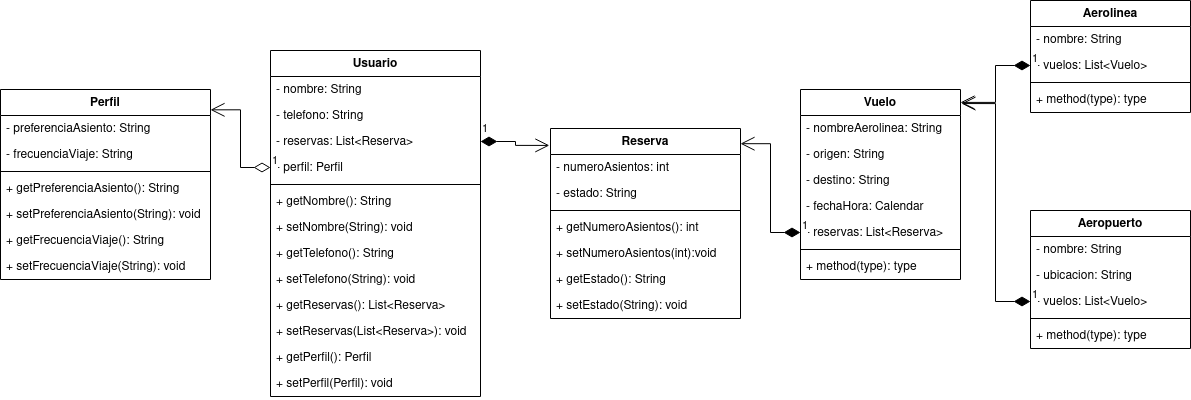
The draw.io diagram ejercicio2/diagram/ejercicio2-maxi.png in mackstm/examen-ets, before a commit. Source tidied: cells renumbered, new cells last; positions are measured from the earlier drawing's top-left corner, leaving out a move shared by most shapes.
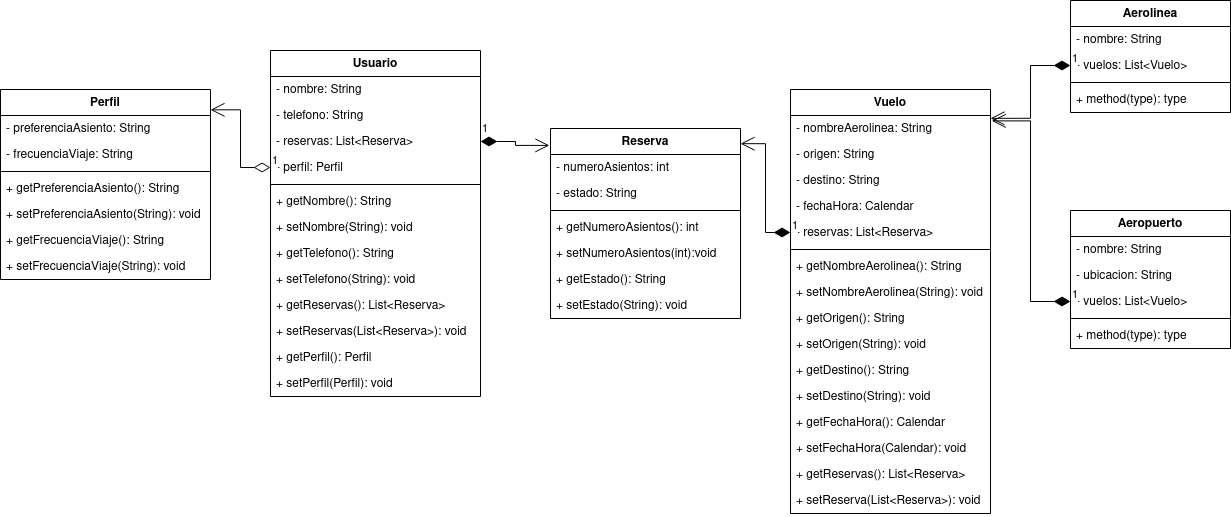
The same diagram one commit later.

Diff of the diagram source:
```diff
@@ -69,31 +69,58 @@
       <mxGeometry y="164" width="190" height="26" as="geometry" />
     </mxCell>
     <mxCell id="24" value="Vuelo" style="swimlane;fontStyle=1;align=center;verticalAlign=top;horizontal=1;startSize=26;whiteSpace=wrap;html=1;" parent="1" vertex="1">
-      <mxGeometry x="800" y="89" width="160" height="190" as="geometry" />
+      <mxGeometry x="790" y="89" width="200" height="424" as="geometry" />
     </mxCell>
     <mxCell id="25" value="- nombreAerolinea: String" style="text;strokeColor=none;fillColor=none;align=left;verticalAlign=top;spacingLeft=4;spacingRight=4;overflow=hidden;whiteSpace=wrap;html=1;" parent="24" vertex="1">
-      <mxGeometry y="26" width="160" height="26" as="geometry" />
+      <mxGeometry y="26" width="200" height="26" as="geometry" />
     </mxCell>
     <mxCell id="26" value="- origen: String" style="text;strokeColor=none;fillColor=none;align=left;verticalAlign=top;spacingLeft=4;spacingRight=4;overflow=hidden;whiteSpace=wrap;html=1;" parent="24" vertex="1">
-      <mxGeometry y="52" width="160" height="26" as="geometry" />
+      <mxGeometry y="52" width="200" height="26" as="geometry" />
     </mxCell>
     <mxCell id="27" value="- destino: String" style="text;strokeColor=none;fillColor=none;align=left;verticalAlign=top;spacingLeft=4;spacingRight=4;overflow=hidden;whiteSpace=wrap;html=1;" parent="24" vertex="1">
-      <mxGeometry y="78" width="160" height="26" as="geometry" />
+      <mxGeometry y="78" width="200" height="26" as="geometry" />
     </mxCell>
     <mxCell id="28" value="- fechaHora: Calendar" style="text;strokeColor=none;fillColor=none;align=left;verticalAlign=top;spacingLeft=4;spacingRight=4;overflow=hidden;whiteSpace=wrap;html=1;" parent="24" vertex="1">
-      <mxGeometry y="104" width="160" height="26" as="geometry" />
+      <mxGeometry y="104" width="200" height="26" as="geometry" />
     </mxCell>
     <mxCell id="29" value="- reservas: List&amp;lt;Reserva&amp;gt;" style="text;strokeColor=none;fillColor=none;align=left;verticalAlign=top;spacingLeft=4;spacingRight=4;overflow=hidden;points=[[0,0.5],[1,0.5]];portConstraint=eastwest;whiteSpace=wrap;html=1;" parent="24" vertex="1">
-      <mxGeometry y="130" width="160" height="26" as="geometry" />
+      <mxGeometry y="130" width="200" height="26" as="geometry" />
     </mxCell>
     <mxCell id="30" style="line;strokeWidth=1;fillColor=none;align=left;verticalAlign=middle;spacingTop=-1;spacingLeft=3;spacingRight=3;labelPosition=right;strokeColor=inherit;" parent="24" vertex="1">
-      <mxGeometry y="156" width="160" height="8" as="geometry" />
+      <mxGeometry y="156" width="200" height="8" as="geometry" />
     </mxCell>
-    <mxCell id="31" value="+ method(type): type" style="text;strokeColor=none;fillColor=none;align=left;verticalAlign=top;spacingLeft=4;spacingRight=4;overflow=hidden;whiteSpace=wrap;html=1;" parent="24" vertex="1">
-      <mxGeometry y="164" width="160" height="26" as="geometry" />
+    <mxCell id="31" value="+ getNombreAerolinea(): String" style="text;strokeColor=none;fillColor=none;align=left;verticalAlign=top;spacingLeft=4;spacingRight=4;overflow=hidden;whiteSpace=wrap;html=1;" parent="24" vertex="1">
+      <mxGeometry y="164" width="200" height="26" as="geometry" />
     </mxCell>
+    <mxCell id="56" value="+ setNombreAerolinea(String): void" style="text;strokeColor=none;fillColor=none;align=left;verticalAlign=top;spacingLeft=4;spacingRight=4;overflow=hidden;whiteSpace=wrap;html=1;" parent="24" vertex="1">
+      <mxGeometry y="190" width="200" height="26" as="geometry" />
+    </mxCell>
+    <mxCell id="57" value="+ getOrigen(): String" style="text;strokeColor=none;fillColor=none;align=left;verticalAlign=top;spacingLeft=4;spacingRight=4;overflow=hidden;whiteSpace=wrap;html=1;" parent="24" vertex="1">
+      <mxGeometry y="216" width="200" height="26" as="geometry" />
+    </mxCell>
+    <mxCell id="58" value="+ setOrigen(String): void" style="text;strokeColor=none;fillColor=none;align=left;verticalAlign=top;spacingLeft=4;spacingRight=4;overflow=hidden;whiteSpace=wrap;html=1;" parent="24" vertex="1">
+      <mxGeometry y="242" width="200" height="26" as="geometry" />
+    </mxCell>
+    <mxCell id="59" value="+ getDestino(): String" style="text;strokeColor=none;fillColor=none;align=left;verticalAlign=top;spacingLeft=4;spacingRight=4;overflow=hidden;whiteSpace=wrap;html=1;" parent="24" vertex="1">
+      <mxGeometry y="268" width="200" height="26" as="geometry" />
+    </mxCell>
+    <mxCell id="60" value="+ setDestino(String): void" style="text;strokeColor=none;fillColor=none;align=left;verticalAlign=top;spacingLeft=4;spacingRight=4;overflow=hidden;whiteSpace=wrap;html=1;" parent="24" vertex="1">
+      <mxGeometry y="294" width="200" height="26" as="geometry" />
+    </mxCell>
+    <mxCell id="61" value="+ getFechaHora(): Calendar" style="text;strokeColor=none;fillColor=none;align=left;verticalAlign=top;spacingLeft=4;spacingRight=4;overflow=hidden;whiteSpace=wrap;html=1;" parent="24" vertex="1">
+      <mxGeometry y="320" width="200" height="26" as="geometry" />
+    </mxCell>
+    <mxCell id="62" value="+ setFechaHora(Calendar): void" style="text;strokeColor=none;fillColor=none;align=left;verticalAlign=top;spacingLeft=4;spacingRight=4;overflow=hidden;whiteSpace=wrap;html=1;" parent="24" vertex="1">
+      <mxGeometry y="346" width="200" height="26" as="geometry" />
+    </mxCell>
+    <mxCell id="63" value="+ getReservas(): List&amp;lt;Reserva&amp;gt;" style="text;strokeColor=none;fillColor=none;align=left;verticalAlign=top;spacingLeft=4;spacingRight=4;overflow=hidden;whiteSpace=wrap;html=1;" parent="24" vertex="1">
+      <mxGeometry y="372" width="200" height="26" as="geometry" />
+    </mxCell>
+    <mxCell id="64" value="+ setReserva(List&amp;lt;Reserva&amp;gt;): void" style="text;strokeColor=none;fillColor=none;align=left;verticalAlign=top;spacingLeft=4;spacingRight=4;overflow=hidden;whiteSpace=wrap;html=1;" parent="24" vertex="1">
+      <mxGeometry y="398" width="200" height="26" as="geometry" />
+    </mxCell>
     <mxCell id="32" value="Aerolinea" style="swimlane;fontStyle=1;align=center;verticalAlign=top;horizontal=1;startSize=26;whiteSpace=wrap;html=1;" parent="1" vertex="1">
-      <mxGeometry x="1030" width="160" height="112" as="geometry" />
+      <mxGeometry x="1070" width="160" height="112" as="geometry" />
     </mxCell>
     <mxCell id="33" value="- nombre: String" style="text;strokeColor=none;fillColor=none;align=left;verticalAlign=top;spacingLeft=4;spacingRight=4;overflow=hidden;whiteSpace=wrap;html=1;" parent="32" vertex="1">
       <mxGeometry y="26" width="160" height="26" as="geometry" />
@@ -108,7 +135,7 @@
       <mxGeometry y="86" width="160" height="26" as="geometry" />
     </mxCell>
     <mxCell id="37" value="Aeropuerto" style="swimlane;fontStyle=1;align=center;verticalAlign=top;horizontal=1;startSize=26;whiteSpace=wrap;html=1;" parent="1" vertex="1">
-      <mxGeometry x="1030" y="210" width="160" height="138" as="geometry" />
+      <mxGeometry x="1070" y="210" width="160" height="138" as="geometry" />
     </mxCell>
     <mxCell id="38" value="- nombre: String" style="text;strokeColor=none;fillColor=none;align=left;verticalAlign=top;spacingLeft=4;spacingRight=4;overflow=hidden;whiteSpace=wrap;html=1;" parent="37" vertex="1">
       <mxGeometry y="26" width="160" height="26" as="geometry" />
```
